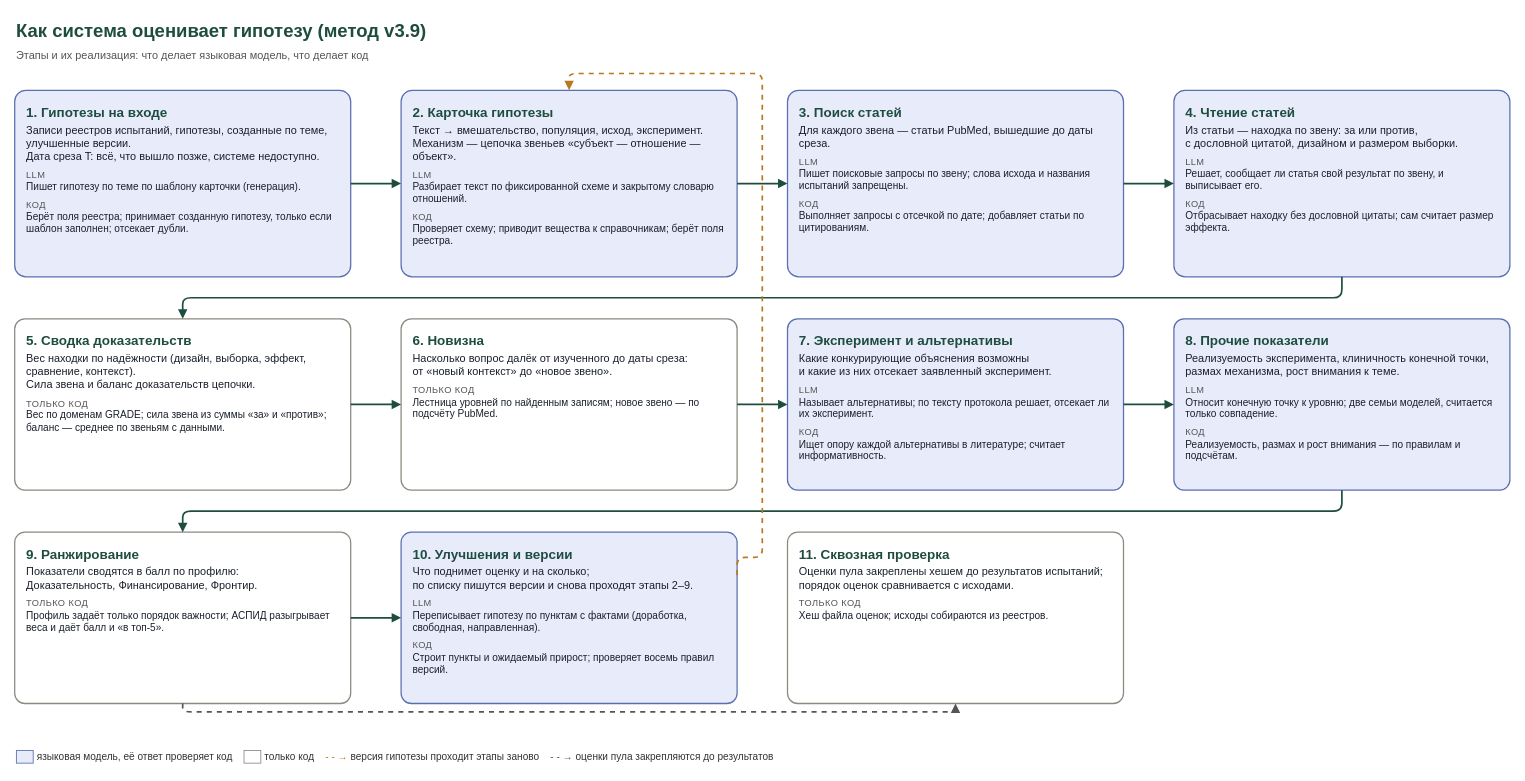
The draw.io diagram docs/system/flow_impl.drawio in danrd/hyp-arena, before the edit. Source tidied: cells renumbered, new cells numbered last; positions are measured from the earlier drawing's top-left corner, leaving out a move shared by most shapes. Both pictures are drawn from the tidied source at 84%, with x=0, y=0 at pixel (14, 14).
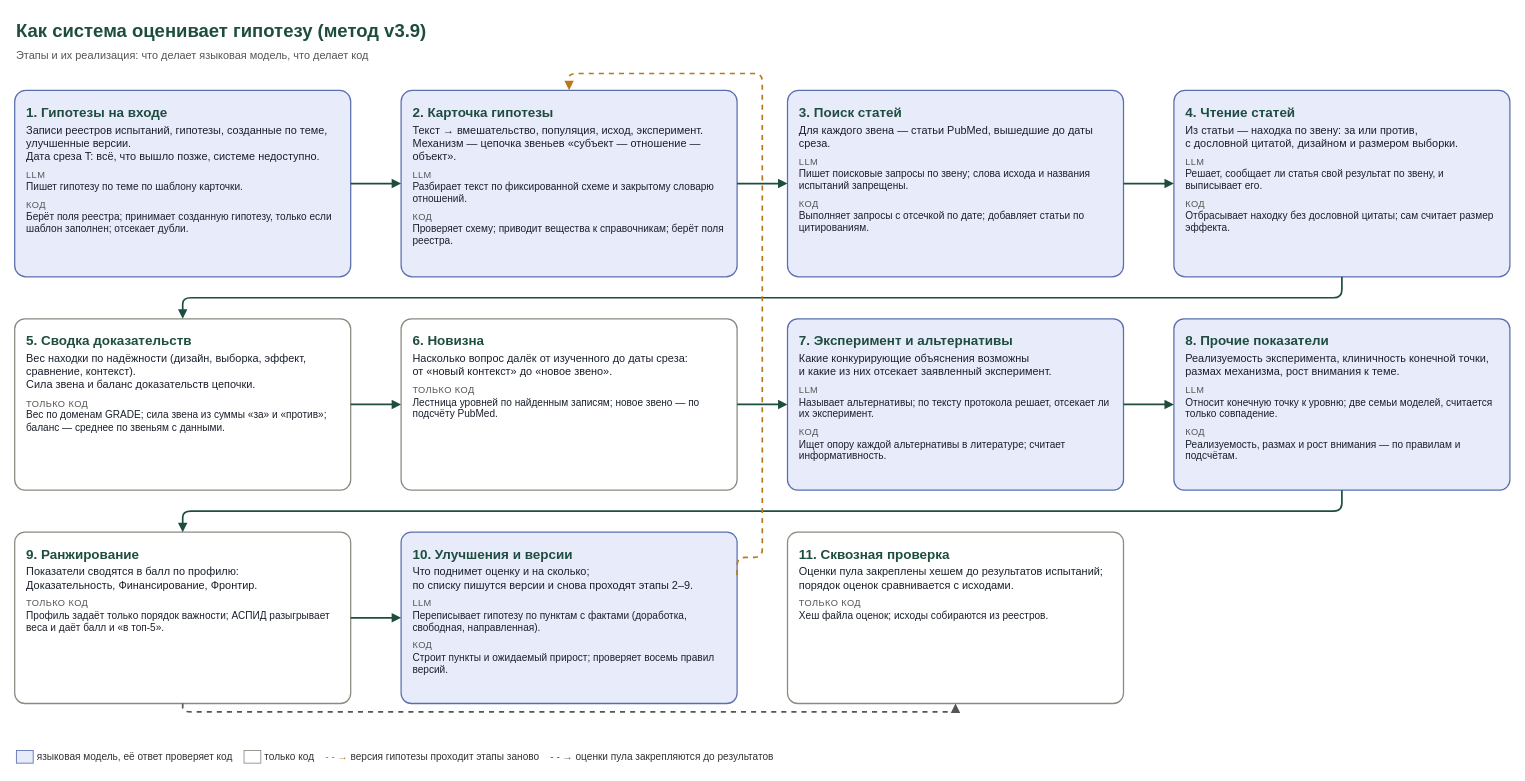
Above is the later version.

Change to the diagram source:
```diff
@@
-    <mxCell id="3" value="&lt;div style='font-size:16px;color:#1E4D40'&gt;&lt;b&gt;1. Гипотезы на входе&lt;/b&gt;&lt;/div&gt;&lt;div style='margin-top:4px'&gt;Записи реестров испытаний, гипотезы, созданные по теме, улучшенные версии.&lt;br/&gt;Дата среза T: всё, что вышло позже, системе недоступно.&lt;/div&gt;&lt;div style='margin-top:8px;font-size:11px;color:#555;text-transform:uppercase;letter-spacing:0.5px'&gt;LLM&lt;/div&gt;&lt;div style='font-size:12px'&gt;&lt;div&gt;Пишет гипотезу по теме по шаблону карточки (генерация).&lt;/div&gt;&lt;/div&gt;&lt;div style='margin-top:8px;font-size:11px;color:#555;text-transform:uppercase;letter-spacing:0.5px'&gt;Код&lt;/div&gt;&lt;div style='font-size:12px'&gt;&lt;div&gt;Берёт поля реестра; принимает созданную гипотезу, только если шаблон заполнен; отсекает дубли.&lt;/div&gt;&lt;/div&gt;" style="rounded=1;arcSize=6;whiteSpace=wrap;html=1;fillColor=#E8ECFA;strokeColor=#5A6FB0;strokeWidth=1.5;fontSize=13;fontColor=#1A202C;align=left;verticalAlign=top;spacingLeft=12;spacingRight=10;spacingTop=10;" parent="1" vertex="1">
+    <mxCell id="3" value="&lt;div style='font-size:16px;color:#1E4D40'&gt;&lt;b&gt;1. Гипотезы на входе&lt;/b&gt;&lt;/div&gt;&lt;div style='margin-top:4px'&gt;Записи реестров испытаний, гипотезы, созданные по теме, улучшенные версии.&lt;br/&gt;Дата среза T: всё, что вышло позже, системе недоступно.&lt;/div&gt;&lt;div style='margin-top:8px;font-size:11px;color:#555;text-transform:uppercase;letter-spacing:0.5px'&gt;LLM&lt;/div&gt;&lt;div style='font-size:12px'&gt;&lt;div&gt;Пишет гипотезу по теме по шаблону карточки.&lt;/div&gt;&lt;/div&gt;&lt;div style='margin-top:8px;font-size:11px;color:#555;text-transform:uppercase;letter-spacing:0.5px'&gt;Код&lt;/div&gt;&lt;div style='font-size:12px'&gt;&lt;div&gt;Берёт поля реестра; принимает созданную гипотезу, только если шаблон заполнен; отсекает дубли.&lt;/div&gt;&lt;/div&gt;" style="rounded=1;arcSize=6;whiteSpace=wrap;html=1;fillColor=#E8ECFA;strokeColor=#5A6FB0;strokeWidth=1.5;fontSize=13;fontColor=#1A202C;align=left;verticalAlign=top;spacingLeft=12;spacingRight=10;spacingTop=10;" parent="1" vertex="1">
       <mxGeometry y="90" width="400" height="222" as="geometry" />
     </mxCell>
```
